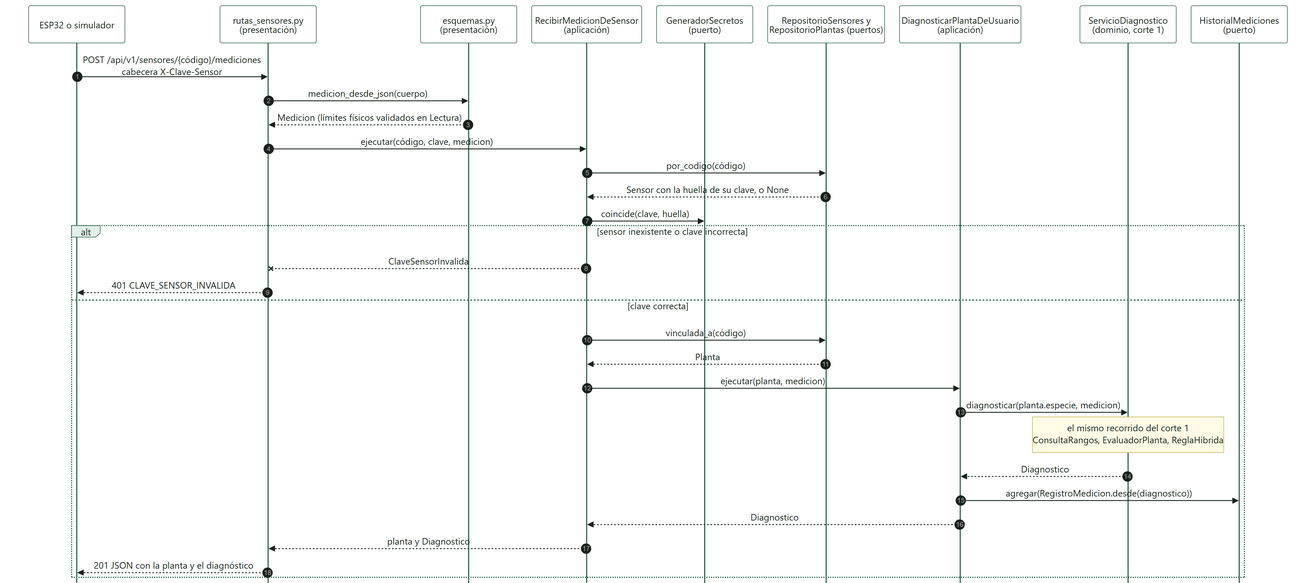
Pipelol0723/matera-inteligente keeps this Mermaid diagram as docs/diagramas/secuencia-medicion-sensor.png. Above is the earlier version. Its source is kept beside it as docs/diagramas/secuencia-medicion-sensor.mmd.
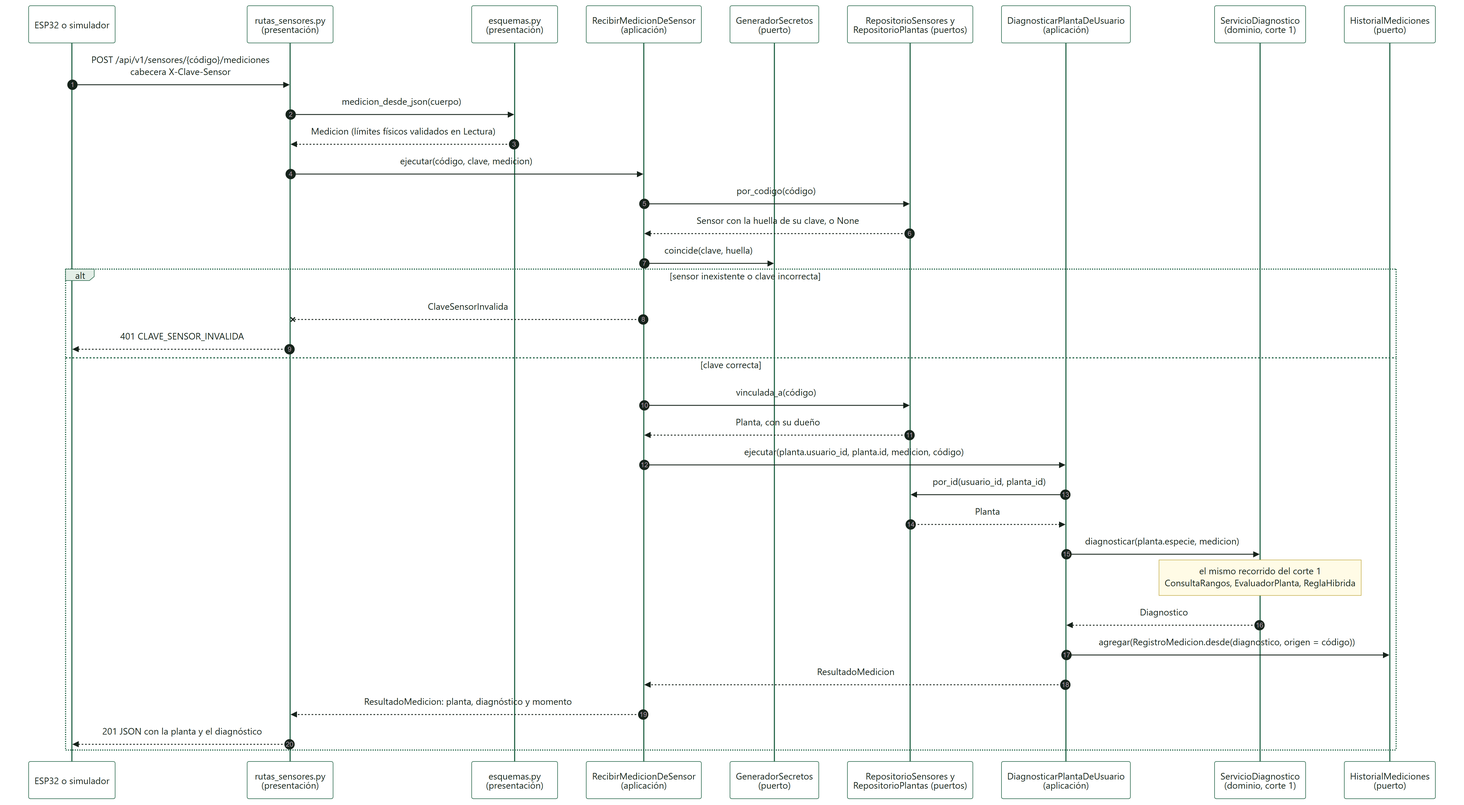
The same diagram one commit later.

Diff of the diagram source:
```diff
@@ -22,13 +22,15 @@
         RS -->> ESP: 401 CLAVE_SENSOR_INVALIDA
     else clave correcta
         RM ->> PS: vinculada_a(código)
-        PS -->> RM: Planta
-        RM ->> DU: ejecutar(planta, medicion)
+        PS -->> RM: Planta, con su dueño
+        RM ->> DU: ejecutar(planta.usuario_id, planta.id, medicion, código)
+        DU ->> PS: por_id(usuario_id, planta_id)
+        PS -->> DU: Planta
         DU ->> S: diagnosticar(planta.especie, medicion)
         Note over S: el mismo recorrido del corte 1<br/>ConsultaRangos, EvaluadorPlanta, ReglaHibrida
         S -->> DU: Diagnostico
-        DU ->> H: agregar(RegistroMedicion.desde(diagnostico))
-        DU -->> RM: Diagnostico
-        RM -->> RS: planta y Diagnostico
+        DU ->> H: agregar(RegistroMedicion.desde(diagnostico, origen = código))
+        DU -->> RM: ResultadoMedicion
+        RM -->> RS: ResultadoMedicion: planta, diagnóstico y momento
         RS -->> ESP: 201 JSON con la planta y el diagnóstico
     end
```
